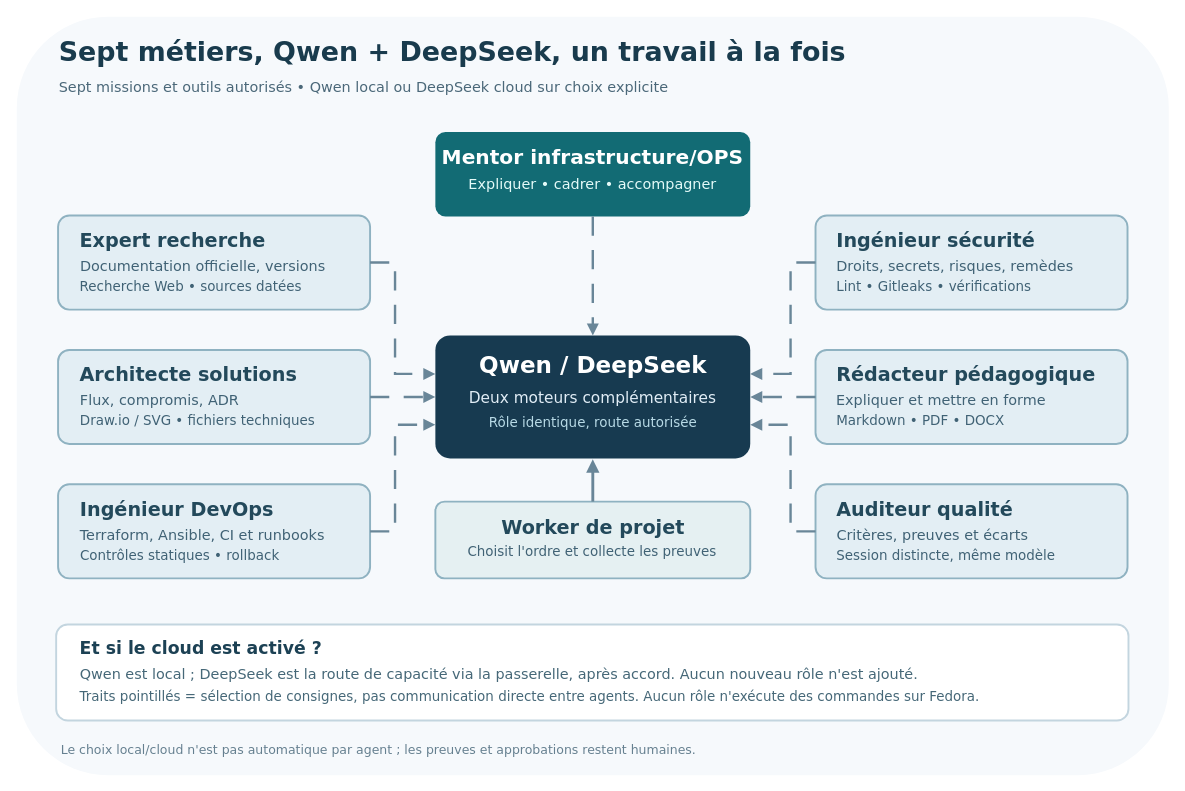
Earlier version of the draw.io diagram docs/diagrams/atelier-roles.drawio (mathiasseguincadiche/OPENCLAW_LOCAL_FEDORA). Source tidied: cells renumbered, new cells numbered last; positions are measured from the earlier drawing's top-left corner, leaving out a move shared by most shapes. Both pictures are drawn from the tidied source at 96%, with x=0, y=0 at pixel (16, 16).
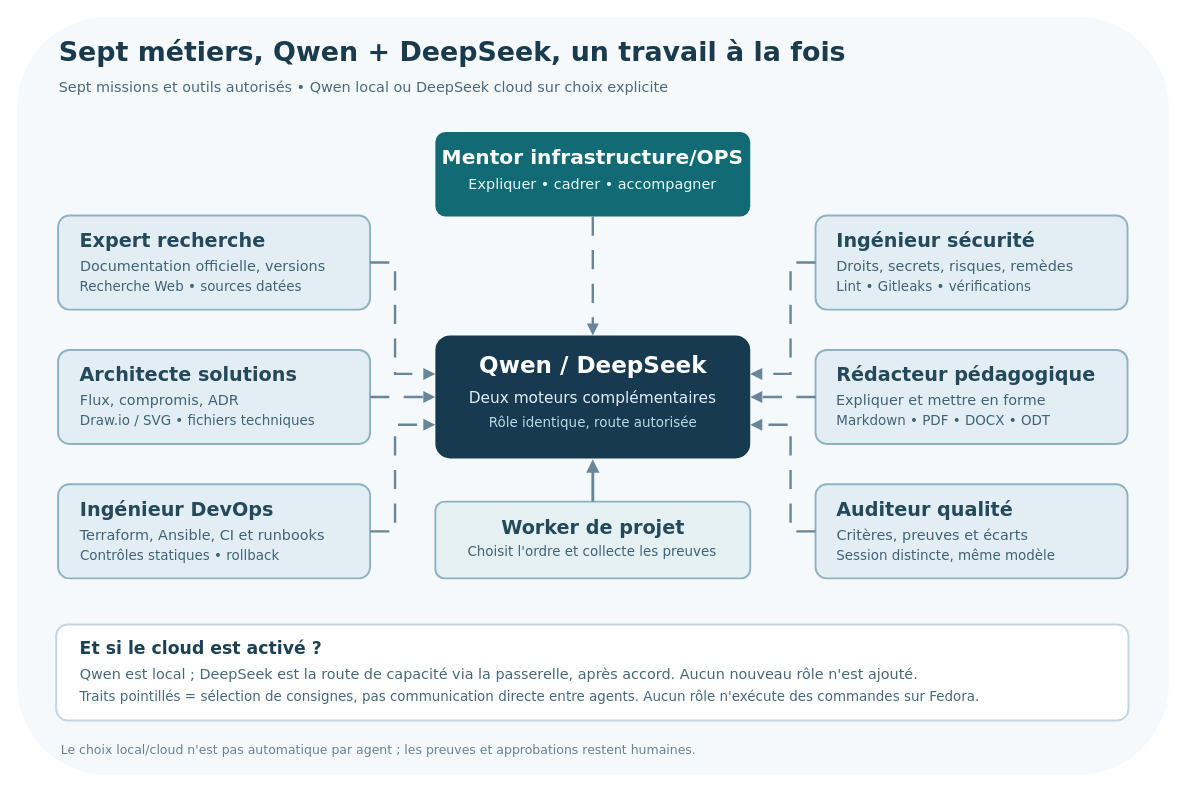
After the change.

Change to the diagram source:
```diff
@@
-    <mxCell id="24" value="Markdown • PDF • DOCX" style="text;html=0;whiteSpace=wrap;overflow=visible;align=center;verticalAlign=middle;spacing=0;fontFamily=DejaVu Sans;fontSize=14;fontStyle=0;fontColor=#406275;strokeColor=none;fillColor=none;" parent="1" vertex="1">
-      <mxGeometry x="852" y="411.6" width="179.1" height="18.2" as="geometry" />
+    <mxCell id="24" value="Markdown • PDF • DOCX • ODT" style="text;html=0;whiteSpace=wrap;overflow=visible;align=center;verticalAlign=middle;spacing=0;fontFamily=DejaVu Sans;fontSize=14;fontStyle=0;fontColor=#406275;strokeColor=none;fillColor=none;" parent="1" vertex="1">
+      <mxGeometry x="852" y="411.6" width="226.6" height="18.2" as="geometry" />
     </mxCell>
```
